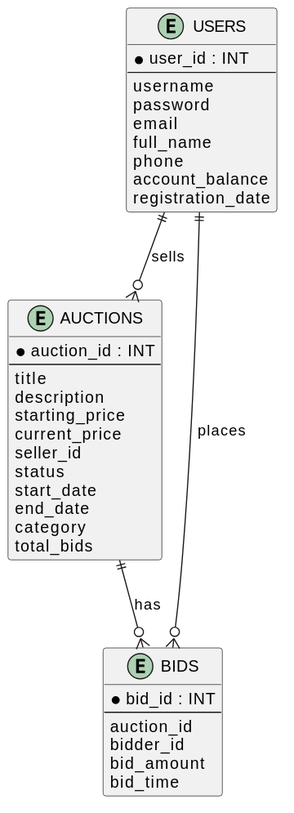
Earlier version of the PlantUML export docs/images/er.svg (duydo11/auction-system-cua-hai-giang-duy-va-beo).
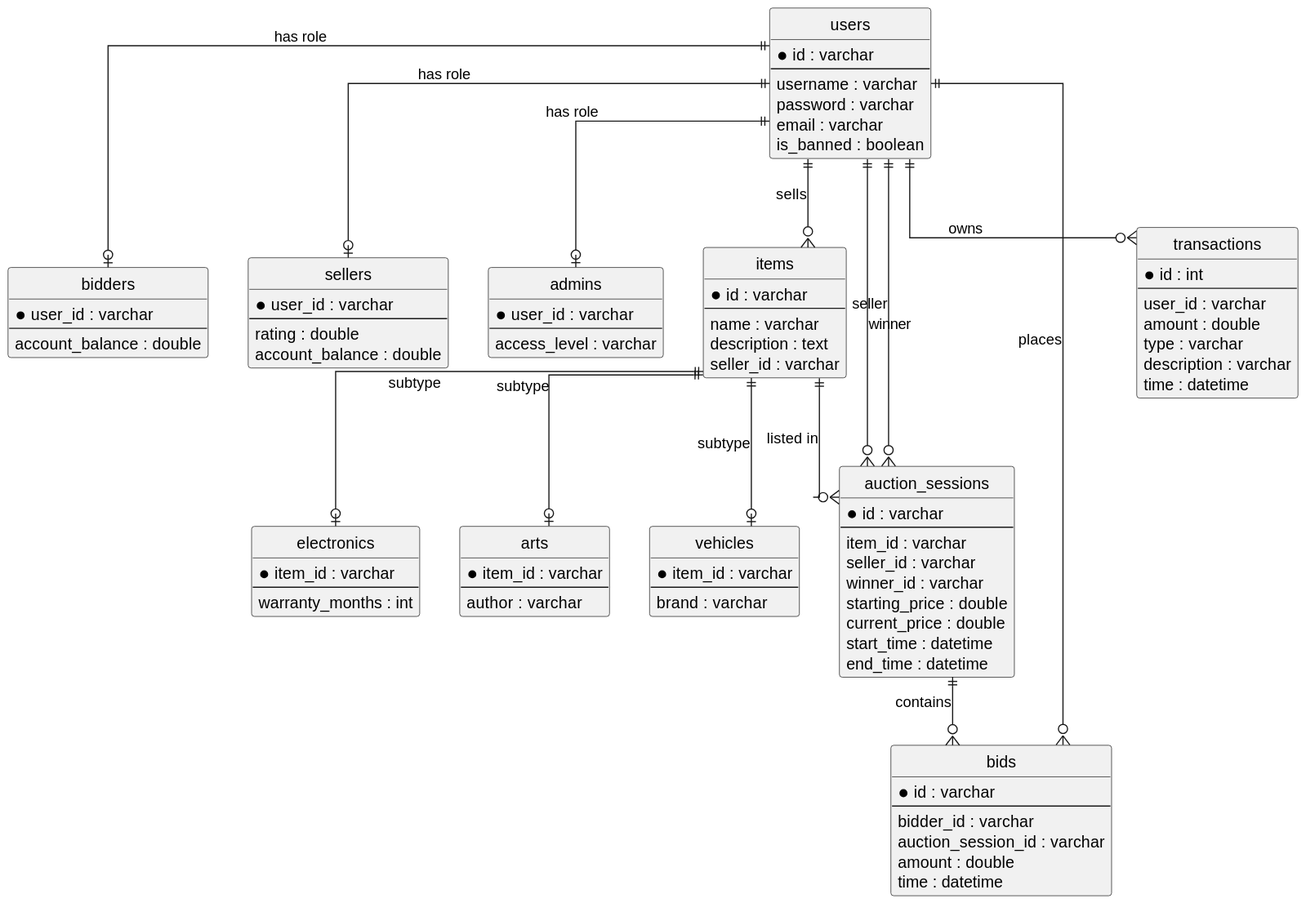
The same diagram one commit later.

Change to the diagram source:
```diff
@@ -1,41 +1,103 @@
 @startuml
-entity USERS {
-  * user_id : INT
+hide circle
+skinparam linetype ortho
+
+entity users {
+  * id : varchar
   --
-  username
-  password
-  email
-  full_name
-  phone
-  account_balance
-  registration_date
+  username : varchar
+  password : varchar
+  email : varchar
+  is_banned : boolean
 }
 
-entity AUCTIONS {
-  * auction_id : INT
+entity bidders {
+  * user_id : varchar
   --
-  title
-  description
-  starting_price
-  current_price
-  seller_id
-  status
-  start_date
-  end_date
-  category
-  total_bids
+  account_balance : double
 }
 
-entity BIDS {
-  * bid_id : INT
+entity sellers {
+  * user_id : varchar
   --
-  auction_id
-  bidder_id
-  bid_amount
-  bid_time
+  rating : double
+  account_balance : double
 }
 
-USERS ||--o{ AUCTIONS : "sells"
-AUCTIONS ||--o{ BIDS : "has"
-USERS ||--o{ BIDS : "places"
+entity admins {
+  * user_id : varchar
+  --
+  access_level : varchar
+}
+
+entity items {
+  * id : varchar
+  --
+  name : varchar
+  description : text
+  seller_id : varchar
+}
+
+entity electronics {
+  * item_id : varchar
+  --
+  warranty_months : int
+}
+
+entity arts {
+  * item_id : varchar
+  --
+  author : varchar
+}
+
+entity vehicles {
+  * item_id : varchar
+  --
+  brand : varchar
+}
+
+entity auction_sessions {
+  * id : varchar
+  --
+  item_id : varchar
+  seller_id : varchar
+  winner_id : varchar
+  starting_price : double
+  current_price : double
+  start_time : datetime
+  end_time : datetime
+}
+
+entity bids {
+  * id : varchar
+  --
+  bidder_id : varchar
+  auction_session_id : varchar
+  amount : double
+  time : datetime
+}
+
+entity transactions {
+  * id : int
+  --
+  user_id : varchar
+  amount : double
+  type : varchar
+  description : varchar
+  time : datetime
+}
+
+users ||--o| bidders : has role
+users ||--o| sellers : has role
+users ||--o| admins : has role
+users ||--o{ items : sells
+items ||--o| electronics : subtype
+items ||--o| arts : subtype
+items ||--o| vehicles : subtype
+items ||--o{ auction_sessions : listed in
+users ||--o{ auction_sessions : seller
+users ||--o{ auction_sessions : winner
+auction_sessions ||--o{ bids : contains
+users ||--o{ bids : places
+users ||--o{ transactions : owns
 @enduml
```
